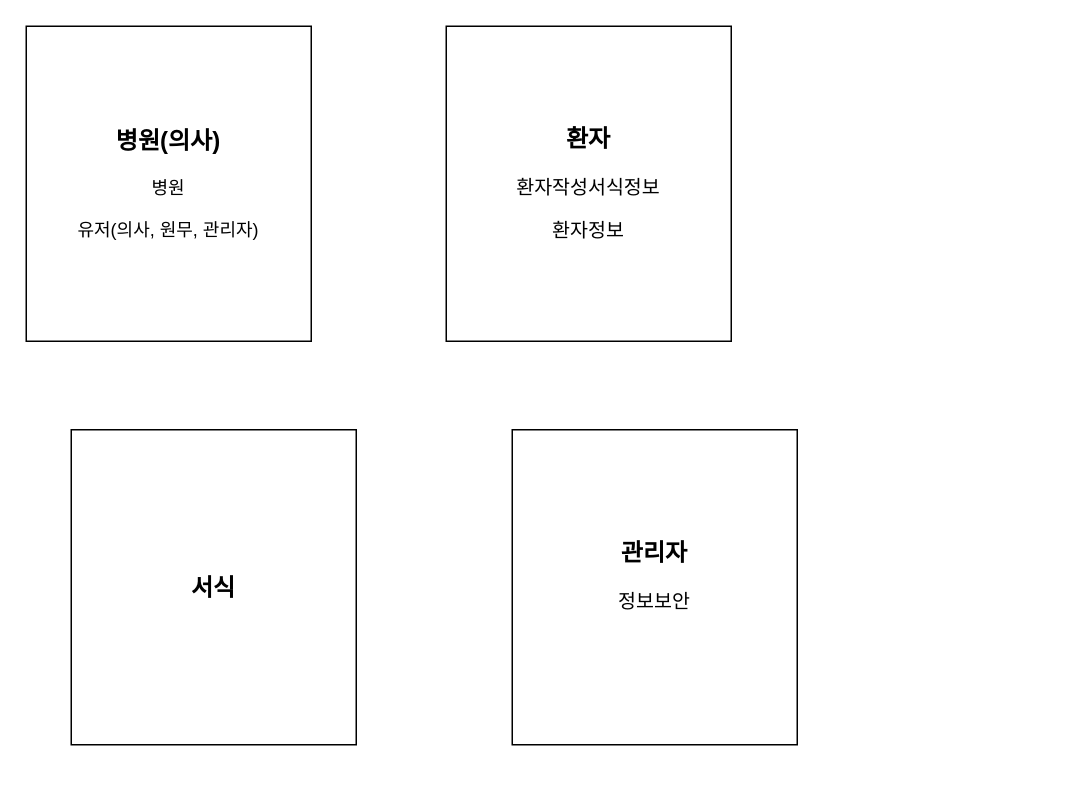
Before: src/main/제목 없는 다이어그램.drawio in himina1227/async, a draw.io diagram. Source tidied: cells renumbered, new cells numbered last; positions are measured from the earlier drawing's top-left corner, leaving out a move shared by most shapes. Both pictures are drawn from the tidied source at 150%, with x=0, y=0 at pixel (26, 26).
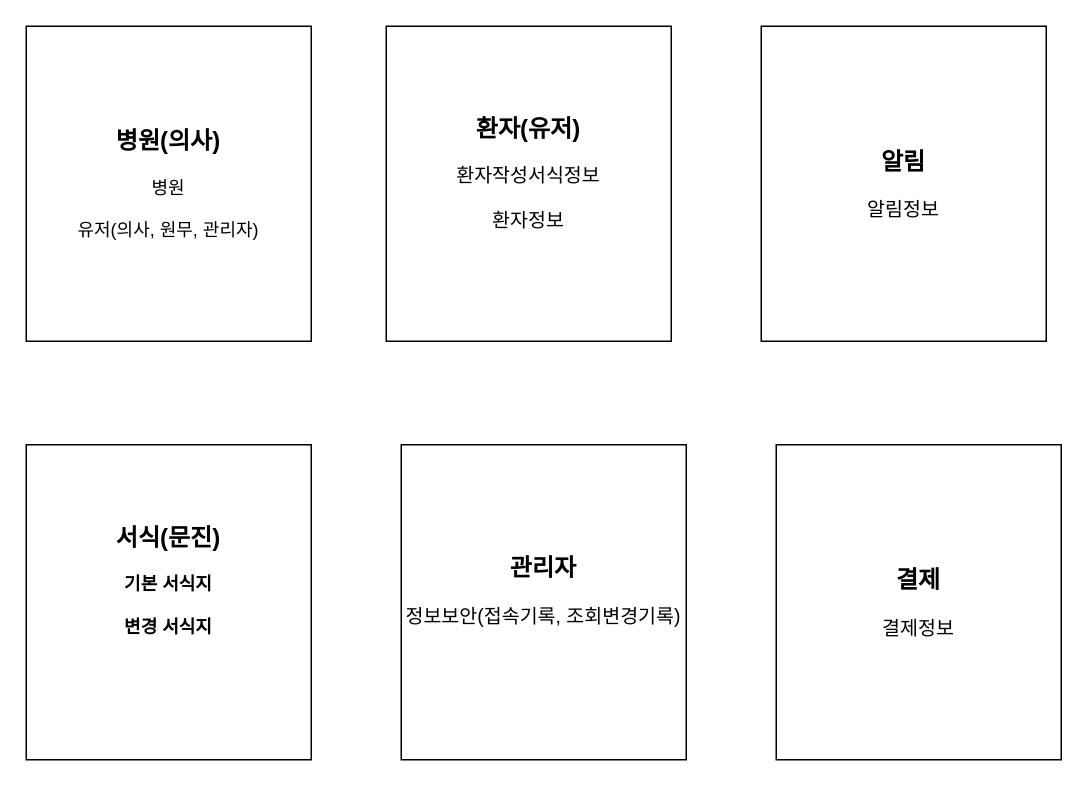
The same page after the edit.

Commit message:
제목 없는 다이어그램.drawio 업데이트

The edit, as a diff of the source:
```diff
@@
 <mxGraphModel>
   <root>
     <mxCell id="0" />
     <mxCell id="1" parent="0" />
     <mxCell id="2" value="&lt;b style=&quot;font-size: 16px;&quot;&gt;병원(의사)&lt;br&gt;&lt;/b&gt;&lt;br&gt;병원&lt;br&gt;&lt;br&gt;유저(의사, 원무, 관리자)&lt;br&gt;" style="rounded=0;whiteSpace=wrap;html=1;" parent="1" vertex="1">
       <mxGeometry width="190" height="210" as="geometry" />
     </mxCell>
-    <mxCell id="3" value="&lt;font style=&quot;&quot;&gt;&lt;b style=&quot;&quot;&gt;&lt;font style=&quot;font-size: 16px;&quot;&gt;환자&lt;/font&gt;&lt;/b&gt;&lt;br&gt;&lt;br&gt;&lt;span style=&quot;font-size: 13px;&quot;&gt;환자작성서식정보&lt;/span&gt;&lt;br&gt;&lt;br&gt;&lt;span style=&quot;font-size: 13px;&quot;&gt;환자정보&lt;/span&gt;&lt;br&gt;&lt;/font&gt;" style="rounded=0;whiteSpace=wrap;html=1;" parent="1" vertex="1">
-      <mxGeometry x="280" width="190" height="210" as="geometry" />
+    <mxCell id="3" value="&lt;font style=&quot;&quot;&gt;&lt;b style=&quot;&quot;&gt;&lt;font style=&quot;font-size: 16px;&quot;&gt;환자(유저)&lt;/font&gt;&lt;/b&gt;&lt;br&gt;&lt;br&gt;&lt;span style=&quot;font-size: 13px;&quot;&gt;환자작성서식정보&lt;/span&gt;&lt;br&gt;&lt;br&gt;&lt;span style=&quot;font-size: 13px;&quot;&gt;환자정보&lt;br&gt;&lt;/span&gt;&lt;br&gt;&lt;/font&gt;" style="rounded=0;whiteSpace=wrap;html=1;" parent="1" vertex="1">
+      <mxGeometry x="240" width="190" height="210" as="geometry" />
     </mxCell>
-    <mxCell id="4" value="&lt;span style=&quot;font-size: 16px;&quot;&gt;&lt;b&gt;관리자&lt;/b&gt;&lt;/span&gt;&lt;br&gt;&lt;br&gt;&lt;font style=&quot;font-size: 13px;&quot;&gt;정보보안&lt;br&gt;&lt;br&gt;&lt;/font&gt;" style="rounded=0;whiteSpace=wrap;html=1;" parent="1" vertex="1">
-      <mxGeometry x="324" y="269" width="190" height="210" as="geometry" />
+    <mxCell id="4" value="&lt;span style=&quot;font-size: 16px;&quot;&gt;&lt;b&gt;관리자&lt;/b&gt;&lt;/span&gt;&lt;br&gt;&lt;br&gt;&lt;font style=&quot;font-size: 13px;&quot;&gt;정보보안(접속기록, 조회변경기록)&lt;br&gt;&lt;br&gt;&lt;/font&gt;" style="rounded=0;whiteSpace=wrap;html=1;" parent="1" vertex="1">
+      <mxGeometry x="250" y="279" width="190" height="210" as="geometry" />
     </mxCell>
-    <mxCell id="5" value="&lt;span style=&quot;font-size: 16px;&quot;&gt;&lt;b&gt;서식&lt;/b&gt;&lt;/span&gt;" style="rounded=0;whiteSpace=wrap;html=1;" parent="1" vertex="1">
-      <mxGeometry x="30" y="269" width="190" height="210" as="geometry" />
+    <mxCell id="5" value="&lt;span style=&quot;&quot;&gt;&lt;b&gt;&lt;font style=&quot;font-size: 16px;&quot;&gt;서식(문진)&lt;/font&gt;&lt;br&gt;&lt;br&gt;기본 서식지&lt;br&gt;&lt;br&gt;변경 서식지&lt;br&gt;&lt;br&gt;&lt;br&gt;&lt;/b&gt;&lt;/span&gt;" style="rounded=0;whiteSpace=wrap;html=1;" parent="1" vertex="1">
+      <mxGeometry y="279" width="190" height="210" as="geometry" />
     </mxCell>
+    <mxCell id="6" value="&lt;span style=&quot;font-size: 16px;&quot;&gt;&lt;b&gt;알림&lt;/b&gt;&lt;/span&gt;&lt;br&gt;&lt;br&gt;&lt;font style=&quot;font-size: 13px;&quot;&gt;알림정보&lt;br&gt;&lt;/font&gt;" style="rounded=0;whiteSpace=wrap;html=1;" parent="1" vertex="1">
+      <mxGeometry x="490" width="190" height="210" as="geometry" />
+    </mxCell>
+    <mxCell id="7" value="&lt;span style=&quot;font-size: 16px;&quot;&gt;&lt;b&gt;결제&lt;/b&gt;&lt;/span&gt;&lt;br&gt;&lt;br&gt;&lt;font style=&quot;font-size: 13px;&quot;&gt;결제정보&lt;br&gt;&lt;/font&gt;" style="rounded=0;whiteSpace=wrap;html=1;" parent="1" vertex="1">
+      <mxGeometry x="500" y="279" width="190" height="210" as="geometry" />
+    </mxCell>
   </root>
 </mxGraphModel>
```
